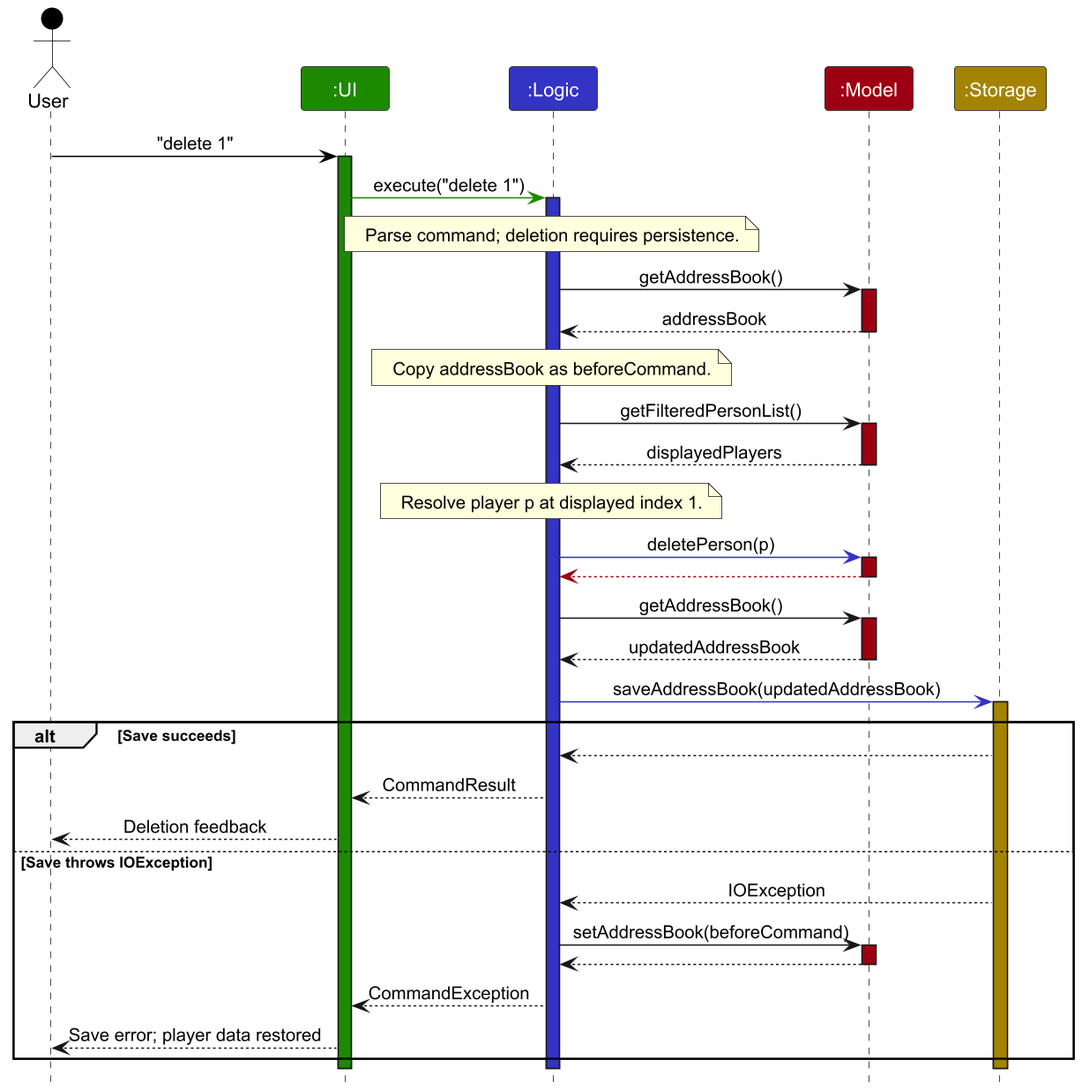
Before: docs/images/ArchitectureSequenceDiagram.png, a diagram exported from PlantUML (AY2627S1-CS2103T-F11-3/tp). Its diagram source:
```plantuml
@startuml
!include style.puml
skinparam ArrowFontStyle plain
skinparam dpi 150

Actor User as user USER_COLOR
Participant ":UI" as ui UI_COLOR
Participant ":Logic" as logic LOGIC_COLOR
Participant ":Model" as model MODEL_COLOR
Participant ":Storage" as storage STORAGE_COLOR

user -[USER_COLOR]> ui : "delete 1"
activate ui UI_COLOR

ui -[UI_COLOR]> logic : execute("delete 1")
activate logic LOGIC_COLOR

note over logic : Parse command; deletion requires persistence.
logic -> model : getAddressBook()
activate model MODEL_COLOR
model --> logic : addressBook
deactivate model
note over logic : Copy addressBook as beforeCommand.

logic -> model : getFilteredPersonList()
activate model MODEL_COLOR
model --> logic : displayedPlayers
deactivate model
note over logic : Resolve player p at displayed index 1.

logic -[LOGIC_COLOR]> model : deletePerson(p)
activate model MODEL_COLOR

model -[MODEL_COLOR]-> logic
deactivate model

logic -> model : getAddressBook()
activate model MODEL_COLOR
model --> logic : updatedAddressBook
deactivate model

logic -[LOGIC_COLOR]> storage : saveAddressBook(updatedAddressBook)
activate storage STORAGE_COLOR

alt Save succeeds
    storage --> logic
    logic --> ui : CommandResult
    ui --> user : Deletion feedback
else Save throws IOException
    storage --> logic : IOException
    logic -> model : setAddressBook(beforeCommand)
    activate model MODEL_COLOR
    model --> logic
    deactivate model
    logic --> ui : CommandException
    ui --> user : Save error; player data restored
end
deactivate storage
deactivate logic
deactivate ui
@enduml
```
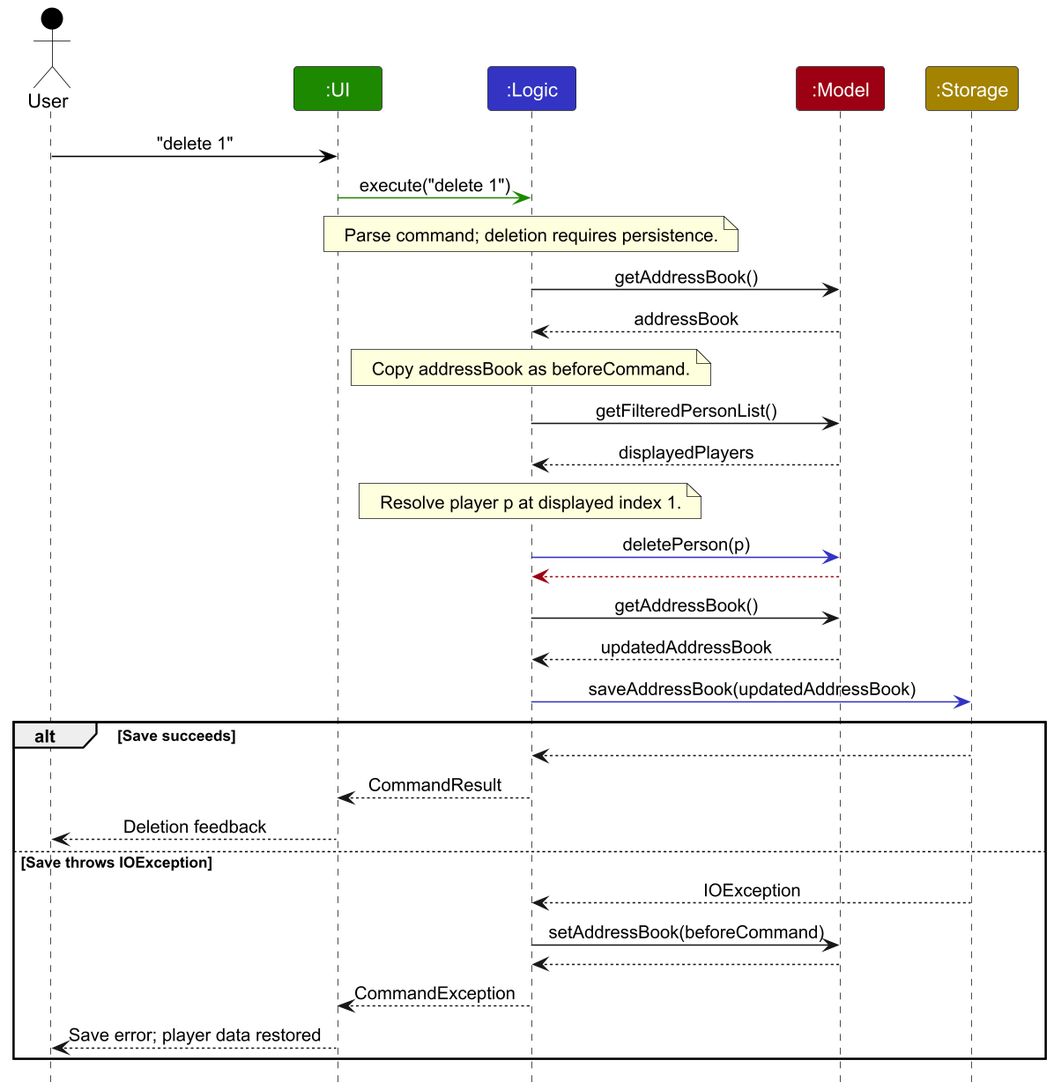
The same file after the commit.

Commit message:
Omit architecture sequence activation bars

Change to the diagram source:
```diff
@@ -10,37 +10,26 @@
 Participant ":Storage" as storage STORAGE_COLOR
 
 user -[USER_COLOR]> ui : "delete 1"
-activate ui UI_COLOR
 
 ui -[UI_COLOR]> logic : execute("delete 1")
-activate logic LOGIC_COLOR
 
 note over logic : Parse command; deletion requires persistence.
 logic -> model : getAddressBook()
-activate model MODEL_COLOR
 model --> logic : addressBook
-deactivate model
 note over logic : Copy addressBook as beforeCommand.
 
 logic -> model : getFilteredPersonList()
-activate model MODEL_COLOR
 model --> logic : displayedPlayers
-deactivate model
 note over logic : Resolve player p at displayed index 1.
 
 logic -[LOGIC_COLOR]> model : deletePerson(p)
-activate model MODEL_COLOR
 
 model -[MODEL_COLOR]-> logic
-deactivate model
 
 logic -> model : getAddressBook()
-activate model MODEL_COLOR
 model --> logic : updatedAddressBook
-deactivate model
 
 logic -[LOGIC_COLOR]> storage : saveAddressBook(updatedAddressBook)
-activate storage STORAGE_COLOR
 
 alt Save succeeds
     storage --> logic
@@ -49,13 +38,8 @@
 else Save throws IOException
     storage --> logic : IOException
     logic -> model : setAddressBook(beforeCommand)
-    activate model MODEL_COLOR
     model --> logic
-    deactivate model
     logic --> ui : CommandException
     ui --> user : Save error; player data restored
 end
-deactivate storage
-deactivate logic
-deactivate ui
 @enduml
```
